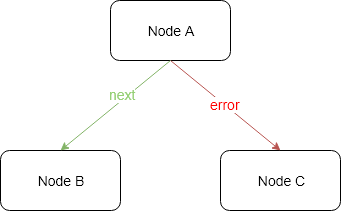
Earlier version of the draw.io export handler/engine/assets/images/graph_node.png (Knotx/knotx-fragments). Source tidied: cells renumbered, new cells last; positions are measured from the earlier drawing's top-left corner, leaving out a move shared by most shapes.
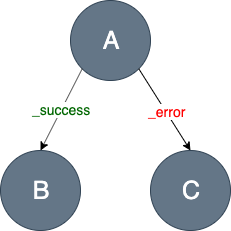
The same file after the commit.

The edit, as a diff of the source:
```diff
@@ -2,23 +2,25 @@
   <root>
     <mxCell id="0" />
     <mxCell id="1" parent="0" />
-    <mxCell id="2" value="&lt;font style=&quot;font-size: 14px&quot;&gt;Node A&lt;/font&gt;&lt;br&gt;" style="rounded=1;whiteSpace=wrap;html=1;" parent="1" vertex="1">
-      <mxGeometry x="110" width="120" height="60" as="geometry" />
+    <mxCell id="2" value="&lt;font style=&quot;font-size: 25px&quot;&gt;A&lt;/font&gt;" style="ellipse;whiteSpace=wrap;html=1;fillColor=#647687;strokeColor=#314354;fontColor=#ffffff;" parent="1" vertex="1">
+      <mxGeometry x="-950" y="-60" width="80" height="80" as="geometry" />
     </mxCell>
-    <mxCell id="3" value="&lt;font style=&quot;font-size: 14px&quot;&gt;Node B&lt;/font&gt;" style="rounded=1;whiteSpace=wrap;html=1;" parent="1" vertex="1">
-      <mxGeometry y="150" width="120" height="60" as="geometry" />
+    <mxCell id="3" value="&lt;font style=&quot;font-size: 25px&quot;&gt;B&lt;/font&gt;" style="ellipse;whiteSpace=wrap;html=1;fillColor=#647687;strokeColor=#314354;fontColor=#ffffff;" parent="1" vertex="1">
+      <mxGeometry x="-1020" y="90" width="80" height="80" as="geometry" />
     </mxCell>
-    <mxCell id="4" value="&lt;font style=&quot;font-size: 14px&quot;&gt;Node C&lt;/font&gt;" style="rounded=1;whiteSpace=wrap;html=1;" parent="1" vertex="1">
-      <mxGeometry x="220" y="150" width="120" height="60" as="geometry" />
+    <mxCell id="4" value="&lt;font style=&quot;font-size: 25px&quot;&gt;C&lt;/font&gt;" style="ellipse;whiteSpace=wrap;html=1;fillColor=#647687;strokeColor=#314354;fontColor=#ffffff;" parent="1" vertex="1">
+      <mxGeometry x="-870" y="90" width="80" height="80" as="geometry" />
     </mxCell>
-    <mxCell id="5" value="&lt;font style=&quot;font-size: 14px&quot; color=&quot;#ff0000&quot;&gt;error&lt;/font&gt;" style="endArrow=classic;html=1;exitX=0.5;exitY=1;exitDx=0;exitDy=0;entryX=0.5;entryY=0;entryDx=0;entryDy=0;fillColor=#f8cecc;strokeColor=#b85450;" parent="1" edge="1" source="2" target="4">
+    <mxCell id="5" value="&lt;font style=&quot;font-size: 14px&quot; color=&quot;#006600&quot;&gt;_success&lt;/font&gt;" style="endArrow=classic;html=1;exitX=0;exitY=1;exitDx=0;exitDy=0;entryX=0.5;entryY=0;entryDx=0;entryDy=0;" parent="1" edge="1" source="2" target="3">
       <mxGeometry relative="1" as="geometry" />
     </mxCell>
-    <mxCell id="6" style="endArrow=classic;html=1;exitX=0.5;exitY=1;exitDx=0;exitDy=0;entryX=0.5;entryY=0;entryDx=0;entryDy=0;fillColor=#d5e8d4;strokeColor=#82b366;" parent="1" edge="1" source="2" target="3">
+    <mxCell id="6" style="endArrow=classic;html=1;exitX=1;exitY=1;exitDx=0;exitDy=0;entryX=0.5;entryY=0;entryDx=0;entryDy=0;" parent="1" edge="1" source="2" target="4">
       <mxGeometry relative="1" as="geometry" />
     </mxCell>
-    <mxCell id="7" value="&lt;font style=&quot;font-size: 14px&quot; color=&quot;#97d077&quot;&gt;next&lt;/font&gt;" style="text;html=1;align=center;verticalAlign=middle;labelBackgroundColor=#ffffff;" parent="6" vertex="1">
-      <mxGeometry x="-0.17" y="-4" relative="1" as="geometry" />
+    <mxCell id="7" value="&lt;font style=&quot;font-size: 14px&quot; color=&quot;#ff0000&quot;&gt;_error&lt;/font&gt;" style="text;html=1;align=center;verticalAlign=middle;labelBackgroundColor=#ffffff;" parent="6" vertex="1">
+      <mxGeometry x="0.2" y="-3" relative="1" as="geometry">
+        <mxPoint x="-0.5" y="-8.5" as="offset" />
+      </mxGeometry>
     </mxCell>
   </root>
 </mxGraphModel>
```
